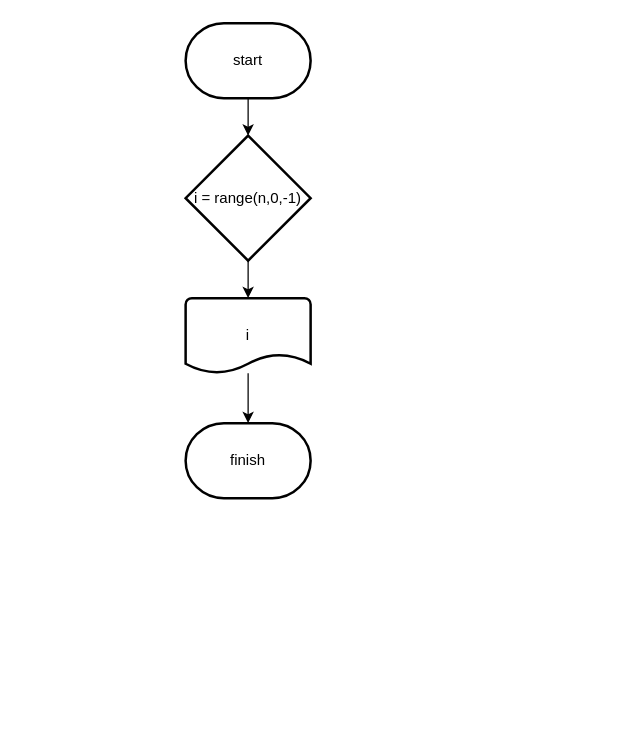
This is stage/03_loop/2742.drawio from Gyeongrok-Oh/boj, a draw.io file, before an edit. Source tidied: cells renumbered, new cells numbered last; positions are measured from the earlier drawing's top-left corner, leaving out a move shared by most shapes. Both pictures are drawn from the tidied source at 125%, with x=0, y=0 at pixel (185, 22).
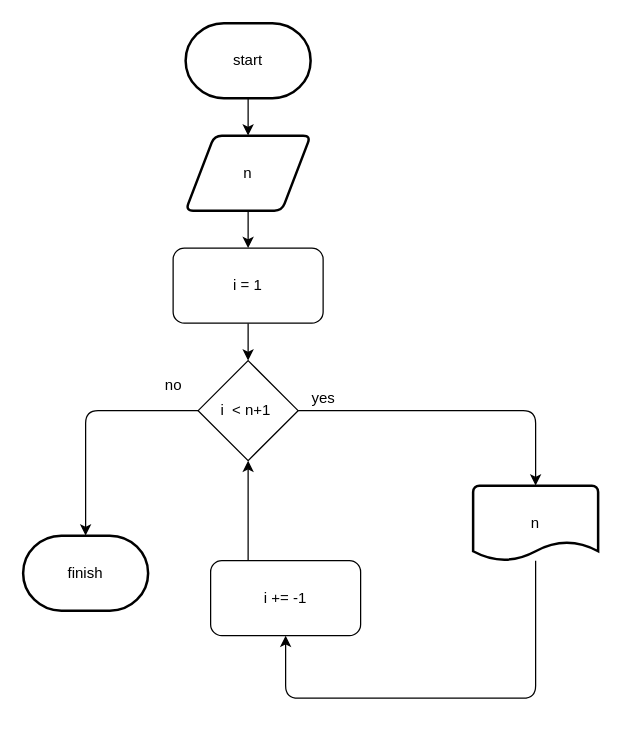
The same diagram, later.

Change to the diagram source:
```diff
@@
-    <mxCell id="4" style="edgeStyle=none;html=1;" parent="1" edge="1" source="5">
-      <mxGeometry relative="1" as="geometry">
-        <mxPoint x="50" y="220" as="targetPoint" />
-      </mxGeometry>
-    </mxCell>
-    <mxCell id="5" value="i = range(n,0,-1)" style="strokeWidth=2;html=1;shape=mxgraph.flowchart.decision;whiteSpace=wrap;" parent="1" vertex="1">
-      <mxGeometry y="90" width="100" height="100" as="geometry" />
-    </mxCell>
-    <mxCell id="6" style="edgeStyle=none;html=1;" parent="1" edge="1" source="7">
-      <mxGeometry relative="1" as="geometry">
-        <mxPoint x="50" y="320" as="targetPoint" />
-      </mxGeometry>
-    </mxCell>
-    <mxCell id="7" value="i" style="strokeWidth=2;html=1;shape=mxgraph.flowchart.document2;whiteSpace=wrap;size=0.25;" parent="1" vertex="1">
-      <mxGeometry y="220" width="100" height="60" as="geometry" />
-    </mxCell>
+    <mxCell id="9" style="edgeStyle=none;html=1;" parent="1" edge="1" source="8">
+      <mxGeometry relative="1" as="geometry">
+        <mxPoint x="50" y="180" as="targetPoint" />
+      </mxGeometry>
+    </mxCell>
-    <mxCell id="8" value="finish" style="strokeWidth=2;html=1;shape=mxgraph.flowchart.terminator;whiteSpace=wrap;" parent="1" vertex="1">
-      <mxGeometry y="320" width="100" height="60" as="geometry" />
+    <mxCell id="8" value="n" style="shape=parallelogram;html=1;strokeWidth=2;perimeter=parallelogramPerimeter;whiteSpace=wrap;rounded=1;arcSize=12;size=0.23;" parent="1" vertex="1">
+      <mxGeometry y="90" width="100" height="60" as="geometry" />
     </mxCell>
+    <mxCell id="10" style="edgeStyle=none;html=1;" parent="1" edge="1" source="11">
+      <mxGeometry relative="1" as="geometry">
+        <mxPoint x="50" y="270" as="targetPoint" />
+      </mxGeometry>
+    </mxCell>
+    <mxCell id="11" value="i = 1" style="rounded=1;whiteSpace=wrap;html=1;" parent="1" vertex="1">
+      <mxGeometry x="-10" y="180" width="120" height="60" as="geometry" />
+    </mxCell>
+    <mxCell id="12" style="edgeStyle=none;html=1;" parent="1" edge="1" source="14">
+      <mxGeometry relative="1" as="geometry">
+        <mxPoint x="280" y="370" as="targetPoint" />
+        <Array as="points">
+          <mxPoint x="250" y="310" />
+          <mxPoint x="280" y="310" />
+        </Array>
+      </mxGeometry>
+    </mxCell>
+    <mxCell id="13" style="edgeStyle=none;html=1;" parent="1" edge="1" source="14">
+      <mxGeometry relative="1" as="geometry">
+        <mxPoint x="-80" y="410" as="targetPoint" />
+        <Array as="points">
+          <mxPoint x="-80" y="310" />
+        </Array>
+      </mxGeometry>
+    </mxCell>
+    <mxCell id="14" value="i&amp;nbsp; &amp;lt; n+1&amp;nbsp;" style="rhombus;whiteSpace=wrap;html=1;" parent="1" vertex="1">
+      <mxGeometry x="10" y="270" width="80" height="80" as="geometry" />
+    </mxCell>
+    <mxCell id="15" value="no" style="text;html=1;align=center;verticalAlign=middle;strokeColor=none;fillColor=none;" parent="1" vertex="1">
+      <mxGeometry x="-25" y="280" width="30" height="20" as="geometry" />
+    </mxCell>
+    <mxCell id="16" value="yes" style="text;html=1;align=center;verticalAlign=middle;strokeColor=none;fillColor=none;" parent="1" vertex="1">
+      <mxGeometry x="95" y="290" width="30" height="20" as="geometry" />
+    </mxCell>
+    <mxCell id="17" value="finish" style="strokeWidth=2;html=1;shape=mxgraph.flowchart.terminator;whiteSpace=wrap;" parent="1" vertex="1">
+      <mxGeometry x="-130" y="410" width="100" height="60" as="geometry" />
+    </mxCell>
+    <mxCell id="18" style="edgeStyle=none;html=1;entryX=0.5;entryY=1;entryDx=0;entryDy=0;" parent="1" edge="1" source="19" target="21">
+      <mxGeometry relative="1" as="geometry">
+        <Array as="points">
+          <mxPoint x="280" y="540" />
+          <mxPoint x="80" y="540" />
+        </Array>
+      </mxGeometry>
+    </mxCell>
+    <mxCell id="19" value="n" style="strokeWidth=2;html=1;shape=mxgraph.flowchart.document2;whiteSpace=wrap;size=0.25;" parent="1" vertex="1">
+      <mxGeometry x="230" y="370" width="100" height="60" as="geometry" />
+    </mxCell>
+    <mxCell id="20" style="edgeStyle=none;html=1;entryX=0.5;entryY=1;entryDx=0;entryDy=0;exitX=0.25;exitY=0;exitDx=0;exitDy=0;" parent="1" edge="1" source="21" target="14">
+      <mxGeometry relative="1" as="geometry" />
+    </mxCell>
+    <mxCell id="21" value="i += -1" style="rounded=1;whiteSpace=wrap;html=1;" parent="1" vertex="1">
+      <mxGeometry x="20" y="430" width="120" height="60" as="geometry" />
+    </mxCell>
```
